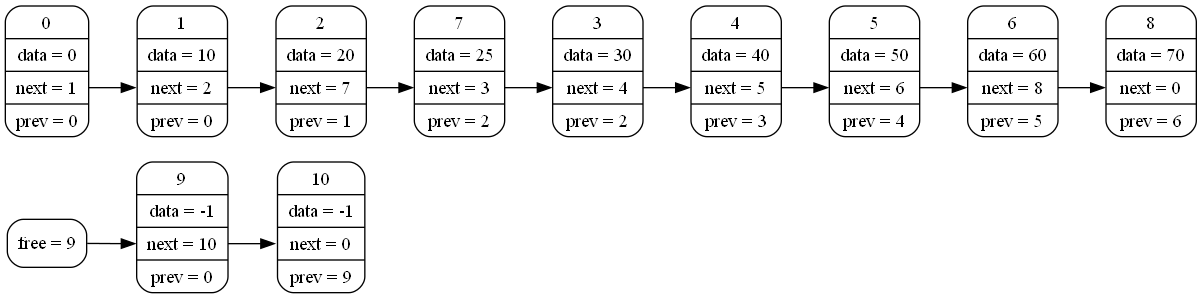
This is dump.png from ashqqy/Linked-list, a Graphviz export, as it was before one commit. Its source is kept beside it as dump.dot. Its diagram source:
```dot
digraph G
{
rankdir=LR;
node[shape="record", style="rounded"];
title[label = "<f>free = 9"];
0[label = "0|data = 0|<n>next = 1|<p>prev = 0"];
1[label = "1|data = 10|<n>next = 2|<p>prev = 0"];
2[label = "2|data = 20|<n>next = 7|<p>prev = 1"];
3[label = "3|data = 30|<n>next = 4|<p>prev = 2"];
4[label = "4|data = 40|<n>next = 5|<p>prev = 3"];
5[label = "5|data = 50|<n>next = 6|<p>prev = 4"];
6[label = "6|data = 60|<n>next = 8|<p>prev = 5"];
7[label = "7|data = 25|<n>next = 3|<p>prev = 2"];
8[label = "8|data = 70|<n>next = 0|<p>prev = 6"];
9[label = "9|data = -1|<n>next = 10|<p>prev = 0"];
10[label = "10|data = -1|<n>next = 0|<p>prev = 9"];
0:<n>->1:<n>
1:<n>->2:<n>
2:<n>->7:<n>
3:<n>->4:<n>
4:<n>->5:<n>
5:<n>->6:<n>
6:<n>->8:<n>
7:<n>->3:<n>
9:<n>->10:<n>
title:<f>->9:<n>
}
```
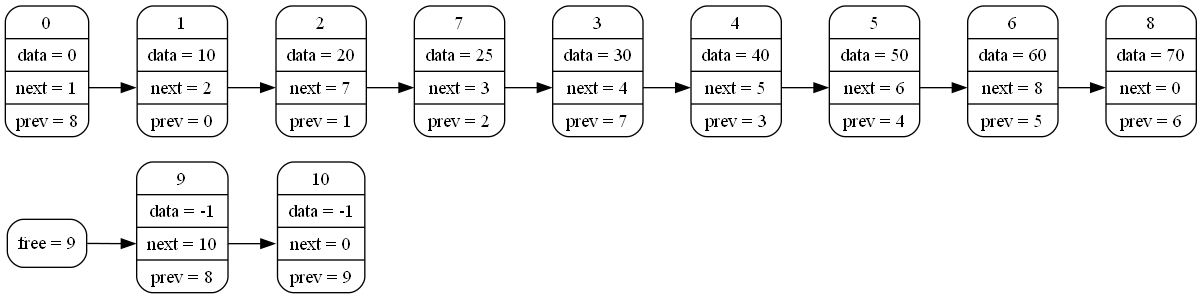
After the change.

Commit message:
InsertAfter dump

InsertAfter beautiful dump

Diff of the diagram source:
```diff
@@ -3,16 +3,16 @@
 rankdir=LR;
 node[shape="record", style="rounded"];
 title[label = "<f>free = 9"];
-0[label = "0|data = 0|<n>next = 1|<p>prev = 0"];
+0[label = "0|data = 0|<n>next = 1|<p>prev = 8"];
 1[label = "1|data = 10|<n>next = 2|<p>prev = 0"];
 2[label = "2|data = 20|<n>next = 7|<p>prev = 1"];
-3[label = "3|data = 30|<n>next = 4|<p>prev = 2"];
+3[label = "3|data = 30|<n>next = 4|<p>prev = 7"];
 4[label = "4|data = 40|<n>next = 5|<p>prev = 3"];
 5[label = "5|data = 50|<n>next = 6|<p>prev = 4"];
 6[label = "6|data = 60|<n>next = 8|<p>prev = 5"];
 7[label = "7|data = 25|<n>next = 3|<p>prev = 2"];
 8[label = "8|data = 70|<n>next = 0|<p>prev = 6"];
-9[label = "9|data = -1|<n>next = 10|<p>prev = 0"];
+9[label = "9|data = -1|<n>next = 10|<p>prev = 8"];
 10[label = "10|data = -1|<n>next = 0|<p>prev = 9"];
 0:<n>->1:<n>
 1:<n>->2:<n>
```
